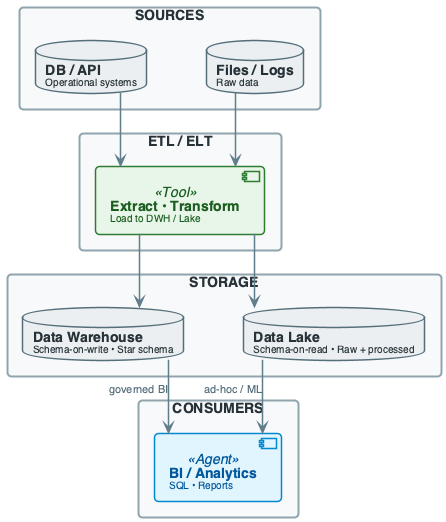
The PlantUML diagram diagrams/week05/week5_lecture_slide13_system_overview.png in OrPerets/data-engineering-course, before a commit. The source it was exported from:
```plantuml
@startuml

top to bottom direction
skinparam linetype ortho
skinparam shadowing false
skinparam roundcorner 8
skinparam handwritten false
skinparam nodesep 60
skinparam ranksep 40

skinparam defaultFontName "Segoe UI, Helvetica, sans-serif"
skinparam defaultFontSize 16
skinparam defaultFontColor #2C3E50

skinparam rectangle {
    BackgroundColor #F8F9FA
    BorderColor #90A4AE
    BorderThickness 2
    FontColor #263238
    FontSize 14
    FontStyle bold
    Padding 20
}

skinparam component {
    BackgroundColor #FFFFFF
    BorderColor #78909C
    BorderThickness 1.5
    FontSize 14
    Padding 12
}

skinparam database {
    BackgroundColor #ECEFF1
    BorderColor #546E7A
    BorderThickness 1.5
    FontSize 14
    FontColor #263238
}

skinparam arrow {
    Color #607D8B
    Thickness 1.5
    FontSize 11
    FontColor #546E7A
}

skinparam component<<UI>> {
    BorderColor #8E24AA
    BackgroundColor #F3E5F5
    FontColor #4A148C
}

skinparam component<<Agent>> {
    BorderColor #0288D1
    BackgroundColor #E1F5FE
    FontColor #01579B
}

skinparam component<<Tool>> {
    BorderColor #2E7D32
    BackgroundColor #E8F5E9
    FontColor #1B5E20
}

skinparam component<<Config>> {
    BorderColor #F57C00
    BackgroundColor #FFF3E0
    FontColor #E65100
}

skinparam component<<Bad>> {
    BorderColor #C62828
    BackgroundColor #FFEBEE
    FontColor #B71C1C
}

skinparam component<<V1>> {
    BorderColor #F57C00
    BackgroundColor #FFF3E0
    FontColor #E65100
}

skinparam component<<V2>> {
    BorderColor #2E7D32
    BackgroundColor #E8F5E9
    FontColor #1B5E20
}

skinparam component<<up>> {
    BackgroundColor #E8F5E9
    BorderColor #2E7D32
}

skinparam component<<down>> {
    BackgroundColor #FFEBEE
    BorderColor #C62828
}

skinparam database<<up>> {
    BackgroundColor #E8F5E9
    BorderColor #2E7D32
}

skinparam database<<down>> {
    BackgroundColor #FFEBEE
    BorderColor #C62828
}

skinparam component<<success>> {
    BackgroundColor #E8F5E9
    BorderColor #2E7D32
}

skinparam component<<failure>> {
    BackgroundColor #FFEBEE
    BorderColor #C62828
}


rectangle "SOURCES" #F8F9FA {
    database "**DB / API**\n<size:10>Operational systems</size>" as SRC1
    database "**Files / Logs**\n<size:10>Raw data</size>" as SRC2
}

rectangle "ETL / ELT" #F8F9FA {
    component "**Extract • Transform**\n<size:10>Load to DWH / Lake</size>" as ETL <<Tool>>
}

rectangle "STORAGE" #F8F9FA {
    database "**Data Warehouse**\n<size:10>Schema-on-write • Star schema</size>" as DWH
    database "**Data Lake**\n<size:10>Schema-on-read • Raw + processed</size>" as LAKE
}

rectangle "CONSUMERS" #F8F9FA {
    component "**BI / Analytics**\n<size:10>SQL • Reports</size>" as BI <<Agent>>
}

SRC1 --> ETL
SRC2 --> ETL
ETL --> DWH
ETL --> LAKE
DWH --> BI : "governed BI"
LAKE --> BI : "ad-hoc / ML"

@enduml
```
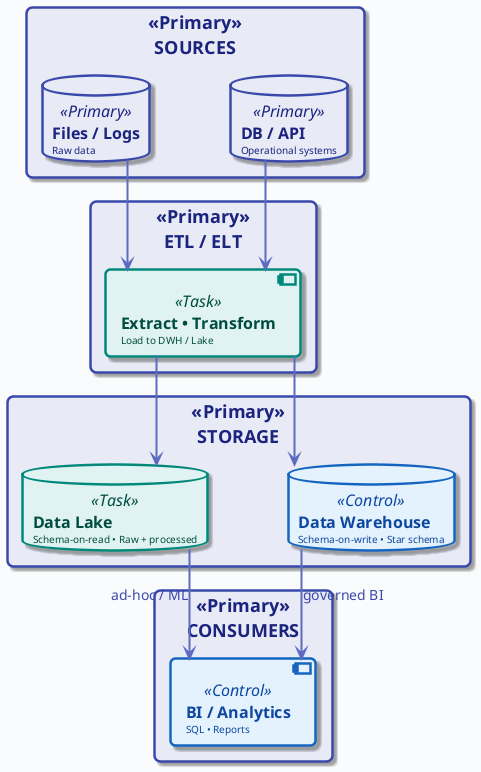
The same file after the commit.

What changed in the source:
```diff
@@ -1,139 +1,25 @@
 @startuml
 
+!include ../_template_styles.puml
+
 top to bottom direction
-skinparam linetype ortho
-skinparam shadowing false
-skinparam roundcorner 8
-skinparam handwritten false
-skinparam nodesep 60
-skinparam ranksep 40
 
-skinparam defaultFontName "Segoe UI, Helvetica, sans-serif"
-skinparam defaultFontSize 16
-skinparam defaultFontColor #2C3E50
-
-skinparam rectangle {
-    BackgroundColor #F8F9FA
-    BorderColor #90A4AE
-    BorderThickness 2
-    FontColor #263238
-    FontSize 14
-    FontStyle bold
-    Padding 20
+rectangle "SOURCES" <<Primary>> {
+    database "**DB / API**\n<size:10>Operational systems</size>" as SRC1 <<Primary>>
+    database "**Files / Logs**\n<size:10>Raw data</size>" as SRC2 <<Primary>>
 }
 
-skinparam component {
-    BackgroundColor #FFFFFF
-    BorderColor #78909C
-    BorderThickness 1.5
-    FontSize 14
-    Padding 12
+rectangle "ETL / ELT" <<Primary>> {
+    component "**Extract • Transform**\n<size:10>Load to DWH / Lake</size>" as ETL <<Task>>
 }
 
-skinparam database {
-    BackgroundColor #ECEFF1
-    BorderColor #546E7A
-    BorderThickness 1.5
-    FontSize 14
-    FontColor #263238
+rectangle "STORAGE" <<Primary>> {
+    database "**Data Warehouse**\n<size:10>Schema-on-write • Star schema</size>" as DWH <<Control>>
+    database "**Data Lake**\n<size:10>Schema-on-read • Raw + processed</size>" as LAKE <<Task>>
 }
 
-skinparam arrow {
-    Color #607D8B
-    Thickness 1.5
-    FontSize 11
-    FontColor #546E7A
-}
-
-skinparam component<<UI>> {
-    BorderColor #8E24AA
-    BackgroundColor #F3E5F5
-    FontColor #4A148C
-}
-
-skinparam component<<Agent>> {
-    BorderColor #0288D1
-    BackgroundColor #E1F5FE
-    FontColor #01579B
-}
-
-skinparam component<<Tool>> {
-    BorderColor #2E7D32
-    BackgroundColor #E8F5E9
-    FontColor #1B5E20
-}
-
-skinparam component<<Config>> {
-    BorderColor #F57C00
-    BackgroundColor #FFF3E0
-    FontColor #E65100
-}
-
-skinparam component<<Bad>> {
-    BorderColor #C62828
-    BackgroundColor #FFEBEE
-    FontColor #B71C1C
-}
-
-skinparam component<<V1>> {
-    BorderColor #F57C00
-    BackgroundColor #FFF3E0
-    FontColor #E65100
-}
-
-skinparam component<<V2>> {
-    BorderColor #2E7D32
-    BackgroundColor #E8F5E9
-    FontColor #1B5E20
-}
-
-skinparam component<<up>> {
-    BackgroundColor #E8F5E9
-    BorderColor #2E7D32
-}
-
-skinparam component<<down>> {
-    BackgroundColor #FFEBEE
-    BorderColor #C62828
-}
-
-skinparam database<<up>> {
-    BackgroundColor #E8F5E9
-    BorderColor #2E7D32
-}
-
-skinparam database<<down>> {
-    BackgroundColor #FFEBEE
-    BorderColor #C62828
-}
-
-skinparam component<<success>> {
-    BackgroundColor #E8F5E9
-    BorderColor #2E7D32
-}
-
-skinparam component<<failure>> {
-    BackgroundColor #FFEBEE
-    BorderColor #C62828
-}
-
-
-rectangle "SOURCES" #F8F9FA {
-    database "**DB / API**\n<size:10>Operational systems</size>" as SRC1
-    database "**Files / Logs**\n<size:10>Raw data</size>" as SRC2
-}
-
-rectangle "ETL / ELT" #F8F9FA {
-    component "**Extract • Transform**\n<size:10>Load to DWH / Lake</size>" as ETL <<Tool>>
-}
-
-rectangle "STORAGE" #F8F9FA {
-    database "**Data Warehouse**\n<size:10>Schema-on-write • Star schema</size>" as DWH
-    database "**Data Lake**\n<size:10>Schema-on-read • Raw + processed</size>" as LAKE
-}
-
-rectangle "CONSUMERS" #F8F9FA {
-    component "**BI / Analytics**\n<size:10>SQL • Reports</size>" as BI <<Agent>>
+rectangle "CONSUMERS" <<Primary>> {
+    component "**BI / Analytics**\n<size:10>SQL • Reports</size>" as BI <<Control>>
 }
 
 SRC1 --> ETL
```
